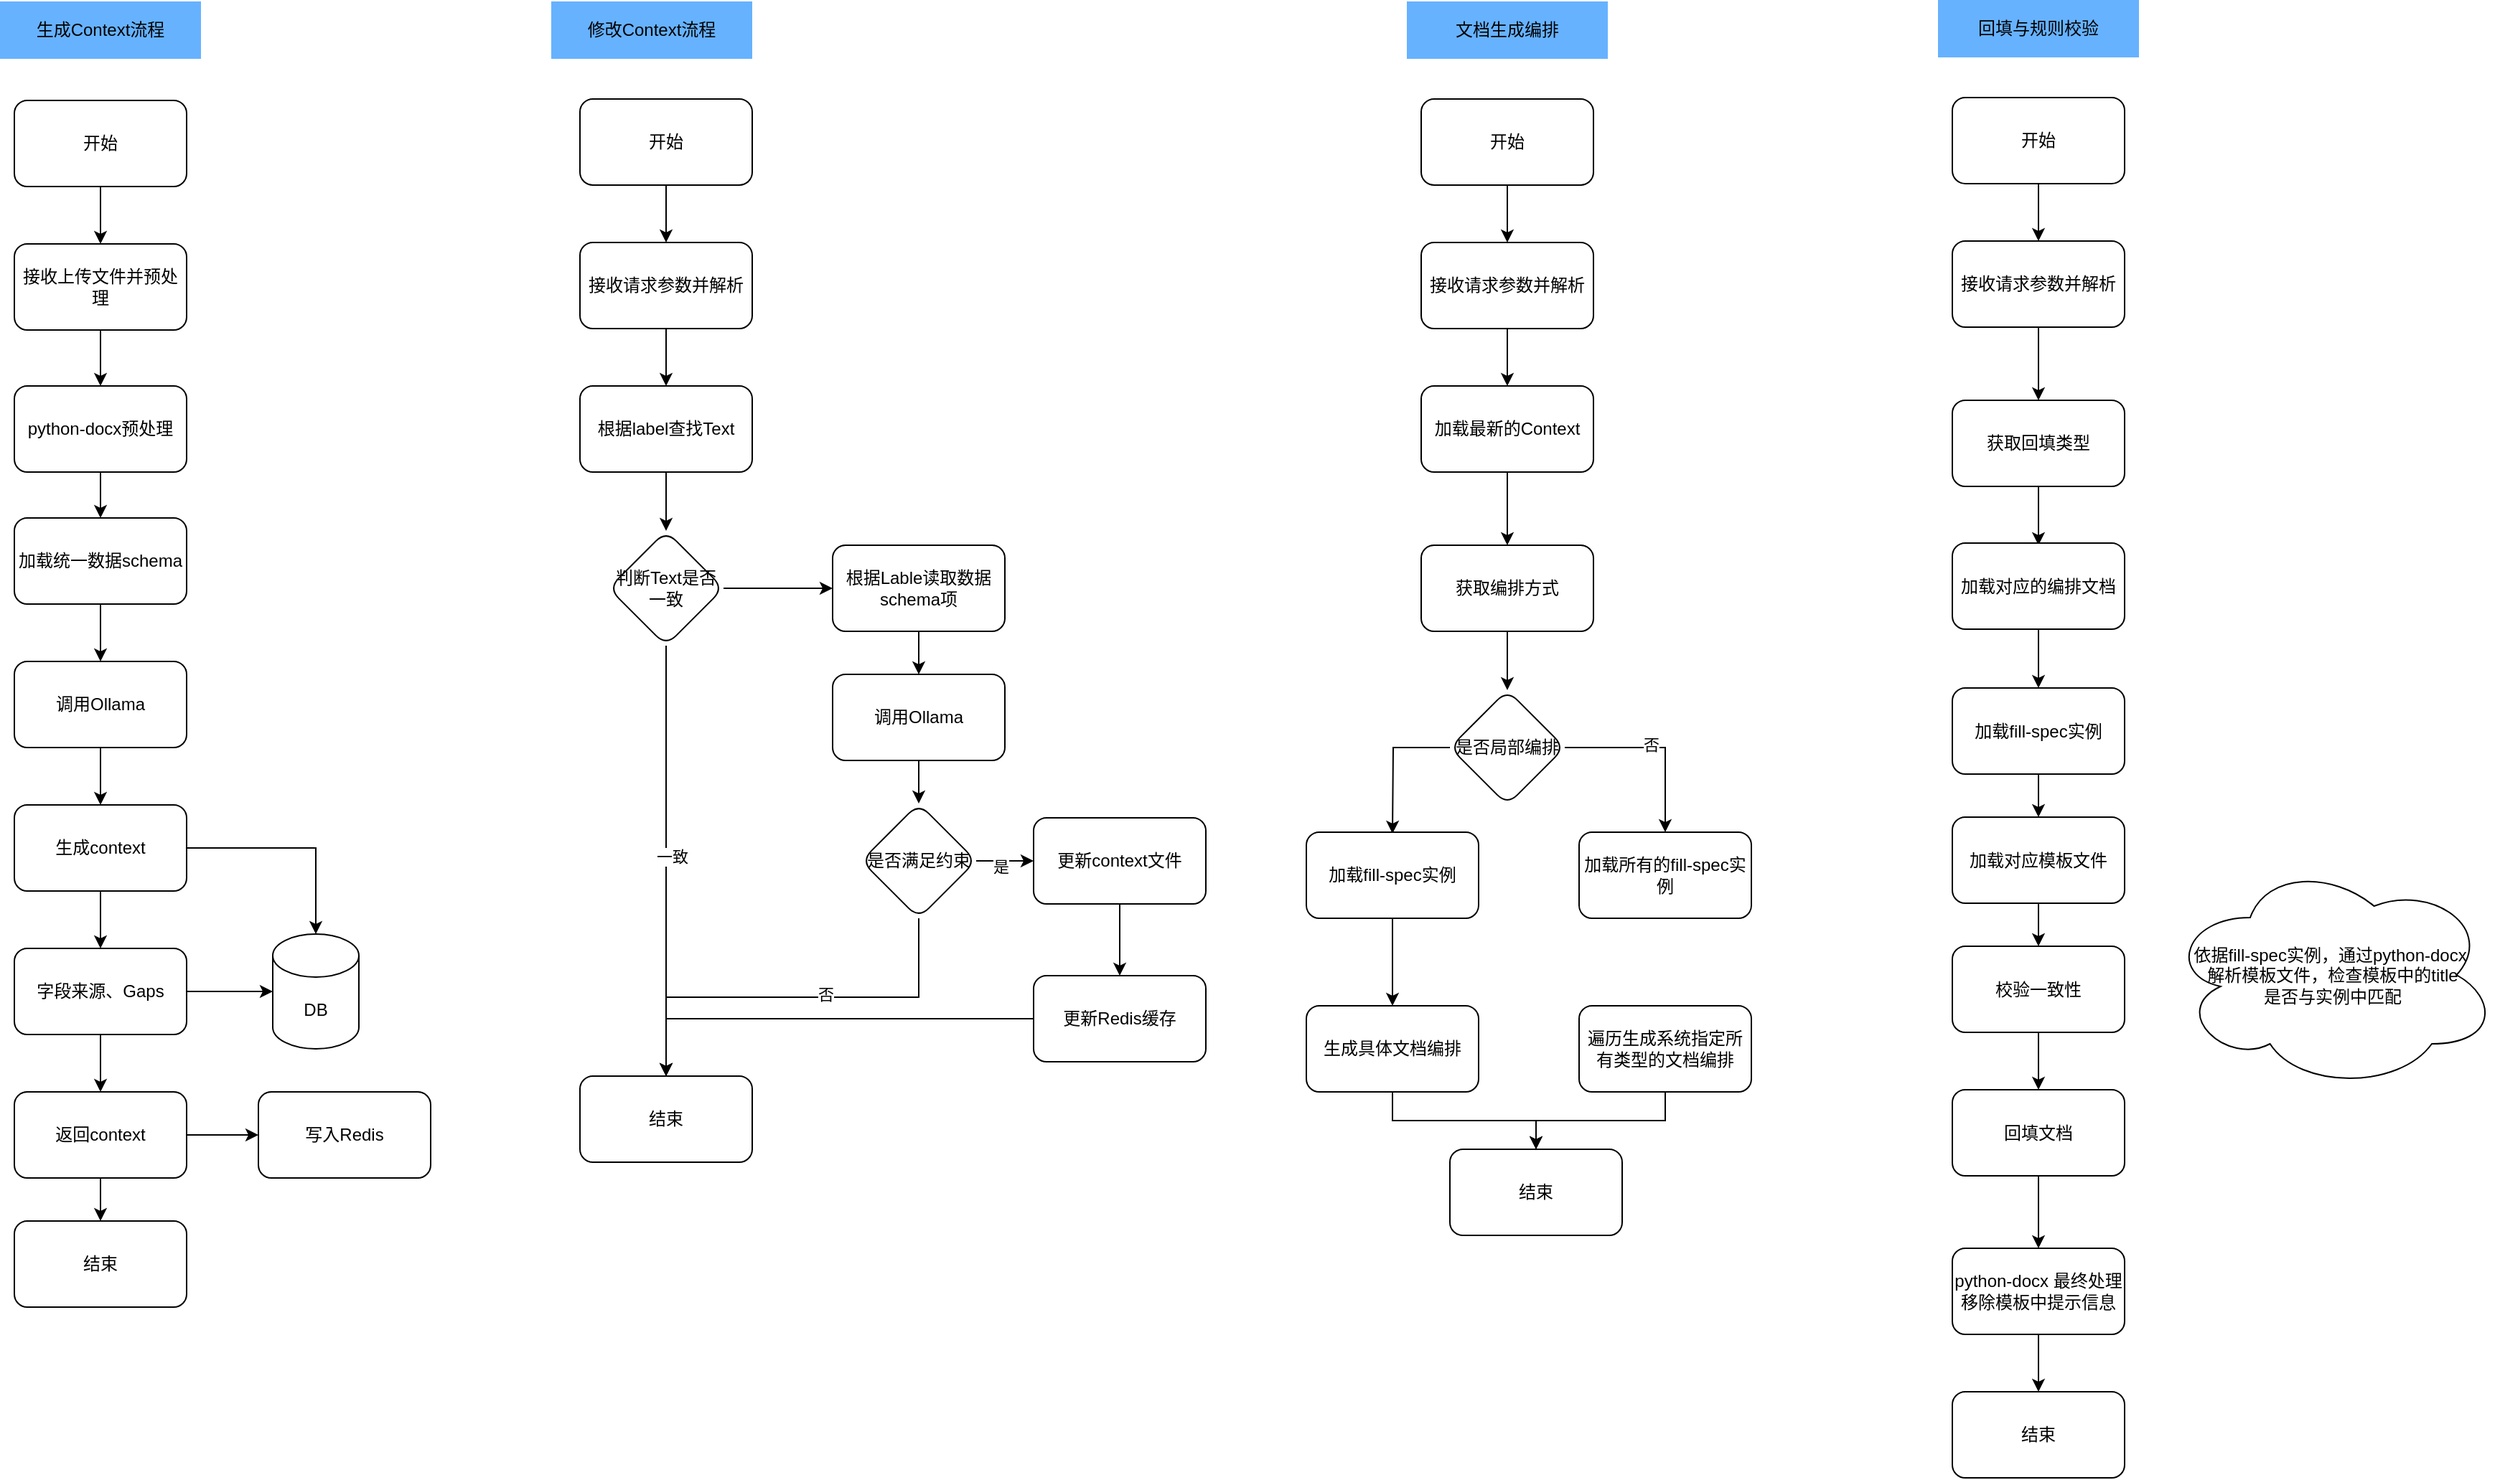
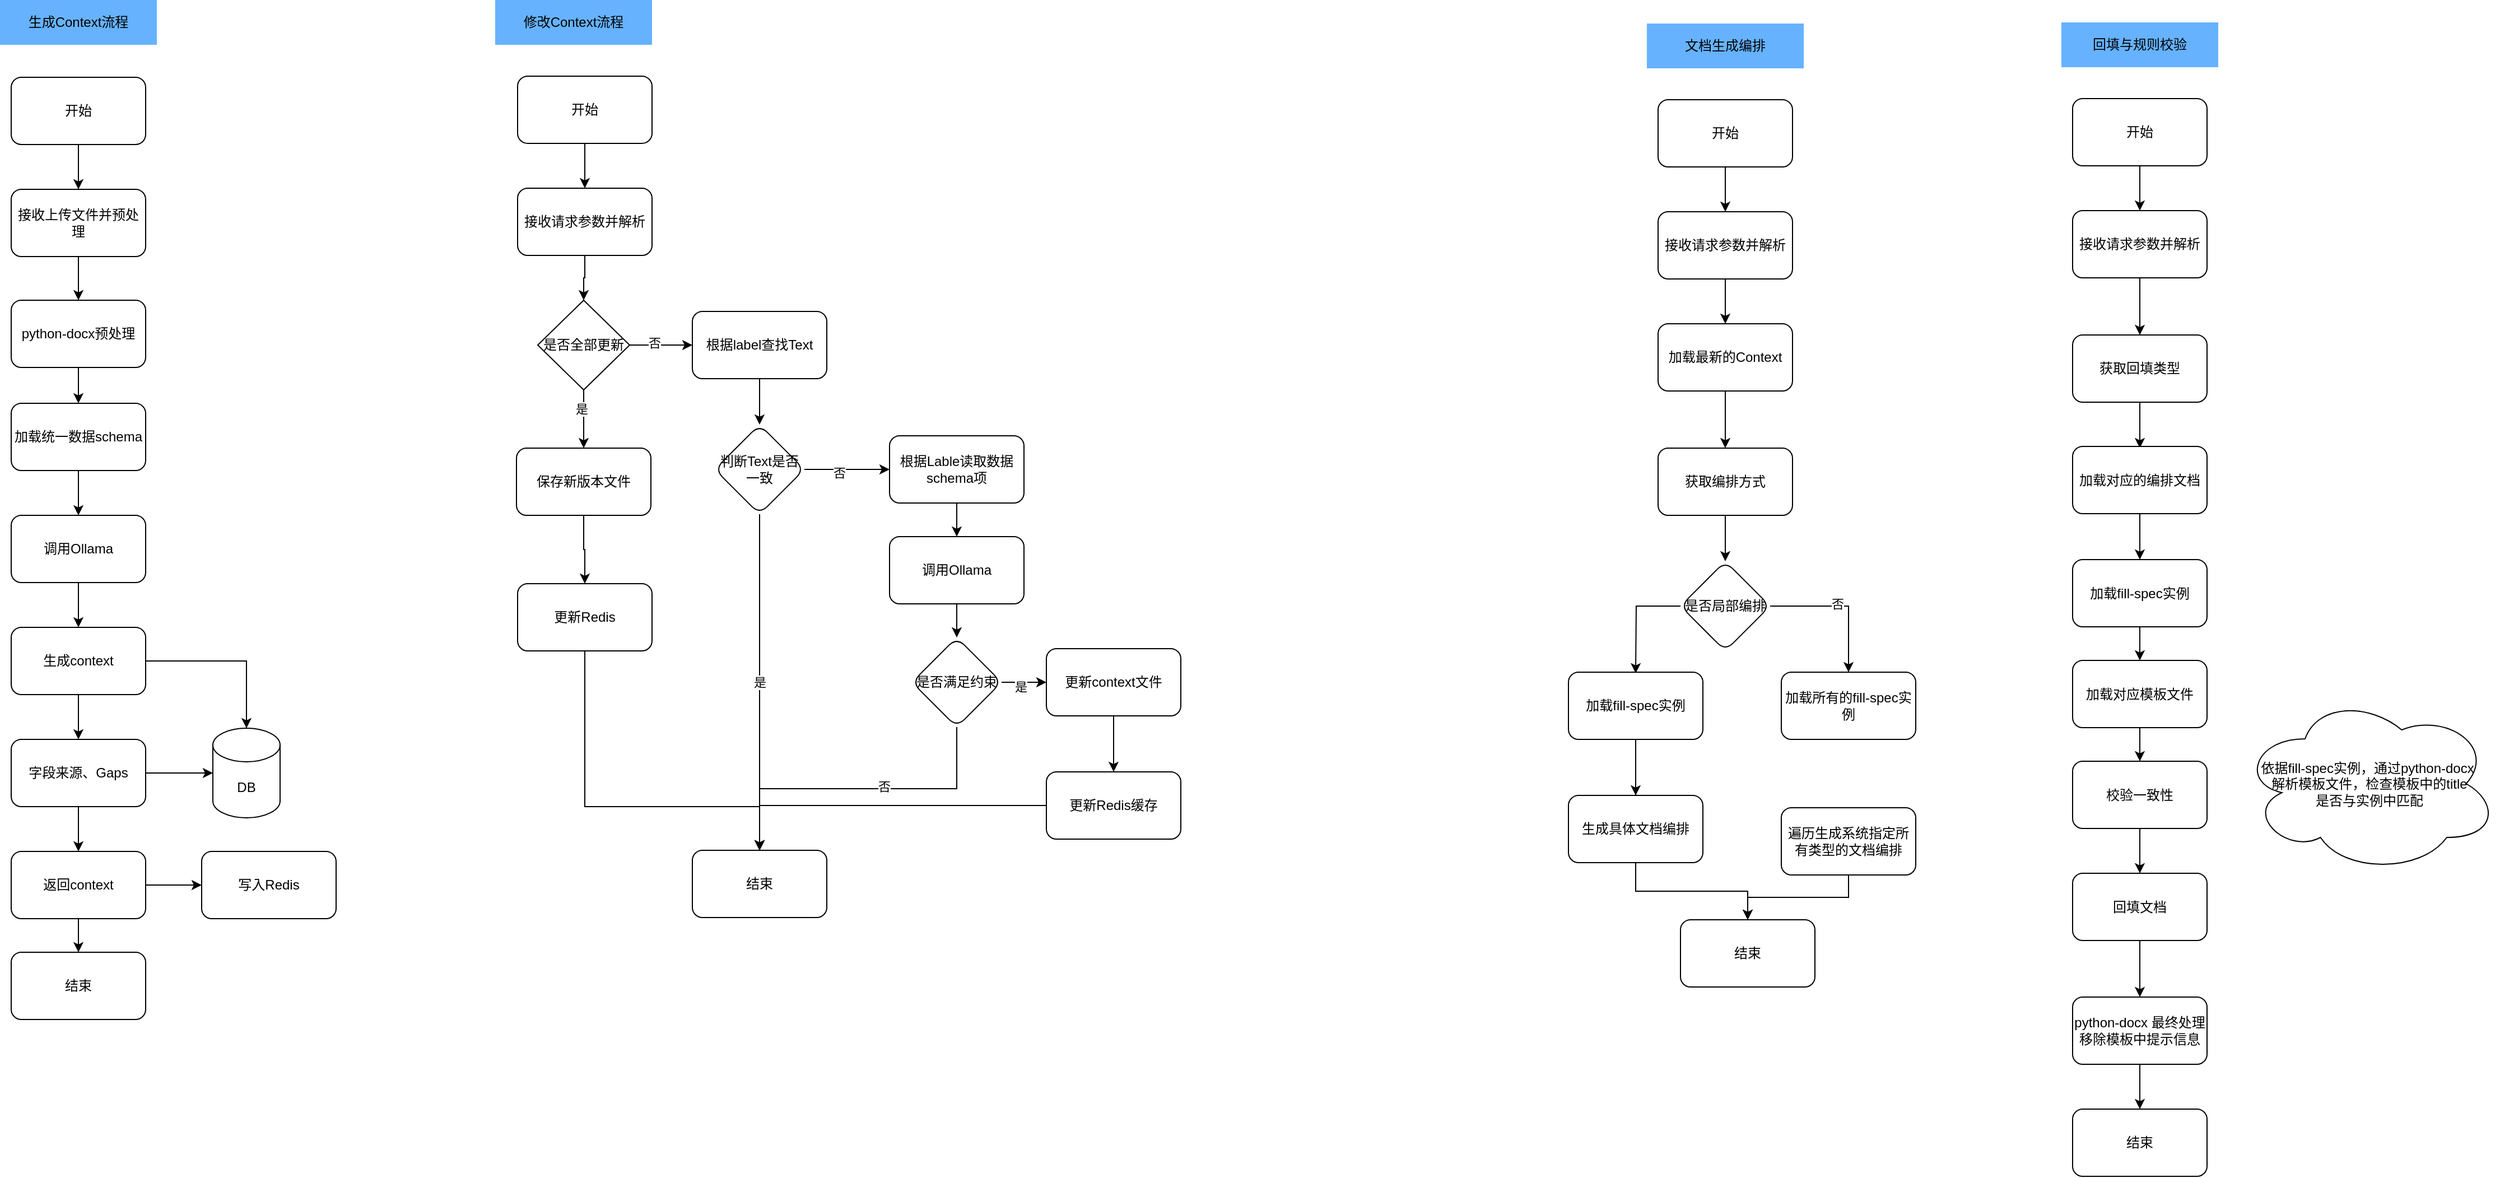
<mxfile host="app.diagrams.net">
  <diagram name="第 1 页" id="B0IMeD1WvDJJcW3_jK1b">
-     <mxGraphModel dx="1732" dy="785" grid="1" gridSize="10" guides="1" tooltips="1" connect="1" arrows="1" fold="1" page="1" pageScale="1" pageWidth="1169" pageHeight="827" math="0" shadow="0">
+     <mxGraphModel dx="2438" dy="928" grid="1" gridSize="10" guides="1" tooltips="1" connect="1" arrows="1" fold="1" page="1" pageScale="1" pageWidth="1169" pageHeight="827" math="0" shadow="0">
      <root>
        <mxCell id="0" />
        <mxCell id="1" parent="0" />
        <mxCell id="0n__lMlzSQ3JzwSusm_Q-4" edge="1" parent="1" source="0n__lMlzSQ3JzwSusm_Q-2" style="edgeStyle=orthogonalEdgeStyle;rounded=0;orthogonalLoop=1;jettySize=auto;html=1;" target="0n__lMlzSQ3JzwSusm_Q-3" value="">
          <mxGeometry relative="1" as="geometry" />
        </mxCell>
        <mxCell id="0n__lMlzSQ3JzwSusm_Q-2" parent="1" style="rounded=1;whiteSpace=wrap;html=1;" value="开始" vertex="1">
          <mxGeometry height="60" width="120" x="70" y="89" as="geometry" />
        </mxCell>
        <mxCell id="zHUa4yUuEVYX1cxpm-PV-49" edge="1" parent="1" source="0n__lMlzSQ3JzwSusm_Q-3" style="edgeStyle=orthogonalEdgeStyle;rounded=0;orthogonalLoop=1;jettySize=auto;html=1;" target="zHUa4yUuEVYX1cxpm-PV-48" value="">
          <mxGeometry relative="1" as="geometry" />
        </mxCell>
        <mxCell id="0n__lMlzSQ3JzwSusm_Q-3" parent="1" style="whiteSpace=wrap;html=1;rounded=1;" value="接收上传文件并预处理" vertex="1">
          <mxGeometry height="60" width="120" x="70" y="189" as="geometry" />
        </mxCell>
        <mxCell id="0n__lMlzSQ3JzwSusm_Q-8" edge="1" parent="1" source="0n__lMlzSQ3JzwSusm_Q-5" style="edgeStyle=orthogonalEdgeStyle;rounded=0;orthogonalLoop=1;jettySize=auto;html=1;" target="0n__lMlzSQ3JzwSusm_Q-7" value="">
          <mxGeometry relative="1" as="geometry" />
        </mxCell>
        <mxCell id="0n__lMlzSQ3JzwSusm_Q-5" parent="1" style="whiteSpace=wrap;html=1;rounded=1;" value="加载统一数据schema" vertex="1">
          <mxGeometry height="60" width="120" x="70" y="380" as="geometry" />
        </mxCell>
        <mxCell id="0n__lMlzSQ3JzwSusm_Q-10" edge="1" parent="1" source="0n__lMlzSQ3JzwSusm_Q-7" style="edgeStyle=orthogonalEdgeStyle;rounded=0;orthogonalLoop=1;jettySize=auto;html=1;" target="0n__lMlzSQ3JzwSusm_Q-9" value="">
          <mxGeometry relative="1" as="geometry" />
        </mxCell>
        <mxCell id="0n__lMlzSQ3JzwSusm_Q-7" parent="1" style="whiteSpace=wrap;html=1;rounded=1;" value="调用Ollama" vertex="1">
          <mxGeometry height="60" width="120" x="70" y="480" as="geometry" />
        </mxCell>
        <mxCell id="0n__lMlzSQ3JzwSusm_Q-12" edge="1" parent="1" source="0n__lMlzSQ3JzwSusm_Q-9" style="edgeStyle=orthogonalEdgeStyle;rounded=0;orthogonalLoop=1;jettySize=auto;html=1;" target="0n__lMlzSQ3JzwSusm_Q-11" value="">
          <mxGeometry relative="1" as="geometry" />
        </mxCell>
        <mxCell id="0n__lMlzSQ3JzwSusm_Q-19" edge="1" parent="1" source="0n__lMlzSQ3JzwSusm_Q-9" style="edgeStyle=orthogonalEdgeStyle;rounded=0;orthogonalLoop=1;jettySize=auto;html=1;" target="0n__lMlzSQ3JzwSusm_Q-13">
          <mxGeometry relative="1" as="geometry" />
        </mxCell>
        <mxCell id="0n__lMlzSQ3JzwSusm_Q-9" parent="1" style="whiteSpace=wrap;html=1;rounded=1;" value="生成context" vertex="1">
          <mxGeometry height="60" width="120" x="70" y="580" as="geometry" />
        </mxCell>
        <mxCell id="0n__lMlzSQ3JzwSusm_Q-14" edge="1" parent="1" source="0n__lMlzSQ3JzwSusm_Q-11" style="edgeStyle=orthogonalEdgeStyle;rounded=0;orthogonalLoop=1;jettySize=auto;html=1;" target="0n__lMlzSQ3JzwSusm_Q-13">
          <mxGeometry relative="1" as="geometry" />
        </mxCell>
        <mxCell id="0n__lMlzSQ3JzwSusm_Q-16" edge="1" parent="1" source="0n__lMlzSQ3JzwSusm_Q-11" style="edgeStyle=orthogonalEdgeStyle;rounded=0;orthogonalLoop=1;jettySize=auto;html=1;" target="0n__lMlzSQ3JzwSusm_Q-15" value="">
          <mxGeometry relative="1" as="geometry" />
        </mxCell>
        <mxCell id="0n__lMlzSQ3JzwSusm_Q-11" parent="1" style="whiteSpace=wrap;html=1;rounded=1;" value="字段来源、Gaps" vertex="1">
          <mxGeometry height="60" width="120" x="70" y="680" as="geometry" />
        </mxCell>
        <mxCell id="0n__lMlzSQ3JzwSusm_Q-13" parent="1" style="shape=cylinder3;whiteSpace=wrap;html=1;boundedLbl=1;backgroundOutline=1;size=15;" value="DB" vertex="1">
          <mxGeometry height="80" width="60" x="250" y="670" as="geometry" />
        </mxCell>
        <mxCell id="0n__lMlzSQ3JzwSusm_Q-18" edge="1" parent="1" source="0n__lMlzSQ3JzwSusm_Q-15" style="edgeStyle=orthogonalEdgeStyle;rounded=0;orthogonalLoop=1;jettySize=auto;html=1;" target="0n__lMlzSQ3JzwSusm_Q-17" value="">
          <mxGeometry relative="1" as="geometry" />
        </mxCell>
        <mxCell id="zHUa4yUuEVYX1cxpm-PV-20" edge="1" parent="1" source="0n__lMlzSQ3JzwSusm_Q-15" style="edgeStyle=orthogonalEdgeStyle;rounded=0;orthogonalLoop=1;jettySize=auto;html=1;" target="zHUa4yUuEVYX1cxpm-PV-19" value="">
          <mxGeometry relative="1" as="geometry" />
        </mxCell>
        <mxCell id="0n__lMlzSQ3JzwSusm_Q-15" parent="1" style="whiteSpace=wrap;html=1;rounded=1;" value="返回context" vertex="1">
          <mxGeometry height="60" width="120" x="70" y="780" as="geometry" />
        </mxCell>
        <mxCell id="0n__lMlzSQ3JzwSusm_Q-17" parent="1" style="whiteSpace=wrap;html=1;rounded=1;" value="结束" vertex="1">
          <mxGeometry height="60" width="120" x="70" y="870" as="geometry" />
        </mxCell>
        <mxCell id="zHUa4yUuEVYX1cxpm-PV-1" edge="1" parent="1" source="zHUa4yUuEVYX1cxpm-PV-2" style="edgeStyle=orthogonalEdgeStyle;rounded=0;orthogonalLoop=1;jettySize=auto;html=1;" target="zHUa4yUuEVYX1cxpm-PV-4" value="">
          <mxGeometry relative="1" as="geometry" />
        </mxCell>
        <mxCell id="zHUa4yUuEVYX1cxpm-PV-2" parent="1" style="rounded=1;whiteSpace=wrap;html=1;" value="开始" vertex="1">
-           <mxGeometry height="60" width="120" x="464" y="88" as="geometry" />
-         </mxCell>
-         <mxCell id="zHUa4yUuEVYX1cxpm-PV-3" edge="1" parent="1" source="zHUa4yUuEVYX1cxpm-PV-4" style="edgeStyle=orthogonalEdgeStyle;rounded=0;orthogonalLoop=1;jettySize=auto;html=1;" target="zHUa4yUuEVYX1cxpm-PV-6" value="">
+           <mxGeometry height="60" width="120" x="522" y="88" as="geometry" />
+         </mxCell>
+         <mxCell id="OEq2acyRyhbuj6wWYLON-2" edge="1" parent="1" source="zHUa4yUuEVYX1cxpm-PV-4" style="edgeStyle=orthogonalEdgeStyle;rounded=0;orthogonalLoop=1;jettySize=auto;html=1;entryX=0.5;entryY=0;entryDx=0;entryDy=0;" target="OEq2acyRyhbuj6wWYLON-1">
          <mxGeometry relative="1" as="geometry" />
        </mxCell>
        <mxCell id="zHUa4yUuEVYX1cxpm-PV-4" parent="1" style="whiteSpace=wrap;html=1;rounded=1;" value="接收请求参数并解析" vertex="1">
-           <mxGeometry height="60" width="120" x="464" y="188" as="geometry" />
+           <mxGeometry height="60" width="120" x="522" y="188" as="geometry" />
        </mxCell>
        <mxCell id="zHUa4yUuEVYX1cxpm-PV-26" edge="1" parent="1" source="zHUa4yUuEVYX1cxpm-PV-6" style="edgeStyle=orthogonalEdgeStyle;rounded=0;orthogonalLoop=1;jettySize=auto;html=1;" target="zHUa4yUuEVYX1cxpm-PV-25" value="">
          <mxGeometry relative="1" as="geometry" />
        </mxCell>
        <mxCell id="zHUa4yUuEVYX1cxpm-PV-6" parent="1" style="whiteSpace=wrap;html=1;rounded=1;" value="根据label查找Text" vertex="1">
-           <mxGeometry height="60" width="120" x="464" y="288" as="geometry" />
+           <mxGeometry height="60" width="120" x="678" y="298" as="geometry" />
        </mxCell>
        <mxCell id="zHUa4yUuEVYX1cxpm-PV-19" parent="1" style="whiteSpace=wrap;html=1;rounded=1;" value="写入Redis" vertex="1">
          <mxGeometry height="60" width="120" x="240" y="780" as="geometry" />
        </mxCell>
-         <mxCell id="zHUa4yUuEVYX1cxpm-PV-28" edge="1" parent="1" source="zHUa4yUuEVYX1cxpm-PV-25" style="edgeStyle=orthogonalEdgeStyle;rounded=0;orthogonalLoop=1;jettySize=auto;html=1;" target="zHUa4yUuEVYX1cxpm-PV-27" value="">
-           <mxGeometry relative="1" as="geometry" />
-         </mxCell>
-         <mxCell id="zHUa4yUuEVYX1cxpm-PV-29" connectable="0" parent="zHUa4yUuEVYX1cxpm-PV-28" style="edgeLabel;html=1;align=center;verticalAlign=middle;resizable=0;points=[];" value="一致" vertex="1">
-           <mxGeometry relative="1" x="-0.0228" y="4" as="geometry">
-             <mxPoint as="offset" />
-           </mxGeometry>
+         <mxCell id="zHUa4yUuEVYX1cxpm-PV-28" edge="1" parent="1" source="zHUa4yUuEVYX1cxpm-PV-25" style="edgeStyle=orthogonalEdgeStyle;rounded=0;orthogonalLoop=1;jettySize=auto;html=1;" target="zHUa4yUuEVYX1cxpm-PV-27" value="是">
+           <mxGeometry relative="1" as="geometry" />
        </mxCell>
        <mxCell id="zHUa4yUuEVYX1cxpm-PV-31" edge="1" parent="1" source="zHUa4yUuEVYX1cxpm-PV-25" style="edgeStyle=orthogonalEdgeStyle;rounded=0;orthogonalLoop=1;jettySize=auto;html=1;" target="zHUa4yUuEVYX1cxpm-PV-30" value="">
          <mxGeometry relative="1" as="geometry" />
        </mxCell>
+         <mxCell id="OEq2acyRyhbuj6wWYLON-16" connectable="0" parent="zHUa4yUuEVYX1cxpm-PV-31" style="edgeLabel;html=1;align=center;verticalAlign=middle;resizable=0;points=[];" value="否" vertex="1">
+           <mxGeometry relative="1" x="-0.193" y="-3" as="geometry">
+             <mxPoint as="offset" />
+           </mxGeometry>
+         </mxCell>
        <mxCell id="zHUa4yUuEVYX1cxpm-PV-25" parent="1" style="rhombus;whiteSpace=wrap;html=1;rounded=1;" value="判断Text是否一致" vertex="1">
-           <mxGeometry height="80" width="80" x="484" y="389" as="geometry" />
+           <mxGeometry height="80" width="80" x="698" y="399" as="geometry" />
        </mxCell>
        <mxCell id="zHUa4yUuEVYX1cxpm-PV-27" parent="1" style="whiteSpace=wrap;html=1;rounded=1;" value="结束" vertex="1">
-           <mxGeometry height="60" width="120" x="464" y="769" as="geometry" />
+           <mxGeometry height="60" width="120" x="678" y="779" as="geometry" />
        </mxCell>
        <mxCell id="zHUa4yUuEVYX1cxpm-PV-33" edge="1" parent="1" source="zHUa4yUuEVYX1cxpm-PV-30" style="edgeStyle=orthogonalEdgeStyle;rounded=0;orthogonalLoop=1;jettySize=auto;html=1;" target="zHUa4yUuEVYX1cxpm-PV-32" value="">
          <mxGeometry relative="1" as="geometry" />
        </mxCell>
        <mxCell id="zHUa4yUuEVYX1cxpm-PV-30" parent="1" style="whiteSpace=wrap;html=1;rounded=1;" value="根据Lable读取数据schema项" vertex="1">
-           <mxGeometry height="60" width="120" x="640" y="399" as="geometry" />
+           <mxGeometry height="60" width="120" x="854" y="409" as="geometry" />
        </mxCell>
        <mxCell id="zHUa4yUuEVYX1cxpm-PV-35" edge="1" parent="1" source="zHUa4yUuEVYX1cxpm-PV-32" style="edgeStyle=orthogonalEdgeStyle;rounded=0;orthogonalLoop=1;jettySize=auto;html=1;" target="zHUa4yUuEVYX1cxpm-PV-34" value="">
          <mxGeometry relative="1" as="geometry" />
        </mxCell>
        <mxCell id="zHUa4yUuEVYX1cxpm-PV-32" parent="1" style="whiteSpace=wrap;html=1;rounded=1;" value="调用Ollama" vertex="1">
-           <mxGeometry height="60" width="120" x="640" y="489" as="geometry" />
+           <mxGeometry height="60" width="120" x="854" y="499" as="geometry" />
        </mxCell>
        <mxCell id="zHUa4yUuEVYX1cxpm-PV-37" edge="1" parent="1" source="zHUa4yUuEVYX1cxpm-PV-34" style="edgeStyle=orthogonalEdgeStyle;rounded=0;orthogonalLoop=1;jettySize=auto;html=1;" target="zHUa4yUuEVYX1cxpm-PV-36" value="">
          <mxGeometry relative="1" as="geometry" />
        </mxCell>
        <mxCell id="zHUa4yUuEVYX1cxpm-PV-38" connectable="0" parent="zHUa4yUuEVYX1cxpm-PV-37" style="edgeLabel;html=1;align=center;verticalAlign=middle;resizable=0;points=[];" value="是" vertex="1">
          <mxGeometry relative="1" x="-0.1789" y="-4" as="geometry">
            <mxPoint as="offset" />
          </mxGeometry>
        </mxCell>
        <mxCell id="zHUa4yUuEVYX1cxpm-PV-43" edge="1" parent="1" source="zHUa4yUuEVYX1cxpm-PV-34" style="edgeStyle=orthogonalEdgeStyle;rounded=0;orthogonalLoop=1;jettySize=auto;html=1;exitX=0.5;exitY=1;exitDx=0;exitDy=0;entryX=0.5;entryY=0;entryDx=0;entryDy=0;" target="zHUa4yUuEVYX1cxpm-PV-27">
          <mxGeometry relative="1" as="geometry" />
        </mxCell>
        <mxCell id="zHUa4yUuEVYX1cxpm-PV-44" connectable="0" parent="zHUa4yUuEVYX1cxpm-PV-43" style="edgeLabel;html=1;align=center;verticalAlign=middle;resizable=0;points=[];" value="否" vertex="1">
          <mxGeometry relative="1" x="-0.1561" y="-2" as="geometry">
            <mxPoint as="offset" />
          </mxGeometry>
        </mxCell>
        <mxCell id="zHUa4yUuEVYX1cxpm-PV-34" parent="1" style="rhombus;whiteSpace=wrap;html=1;rounded=1;" value="是否满足约束" vertex="1">
-           <mxGeometry height="80" width="80" x="660" y="579" as="geometry" />
+           <mxGeometry height="80" width="80" x="874" y="589" as="geometry" />
        </mxCell>
        <mxCell id="zHUa4yUuEVYX1cxpm-PV-40" edge="1" parent="1" source="zHUa4yUuEVYX1cxpm-PV-36" style="edgeStyle=orthogonalEdgeStyle;rounded=0;orthogonalLoop=1;jettySize=auto;html=1;" target="zHUa4yUuEVYX1cxpm-PV-39" value="">
          <mxGeometry relative="1" as="geometry" />
        </mxCell>
        <mxCell id="zHUa4yUuEVYX1cxpm-PV-36" parent="1" style="whiteSpace=wrap;html=1;rounded=1;" value="更新context文件" vertex="1">
-           <mxGeometry height="60" width="120" x="780" y="589" as="geometry" />
+           <mxGeometry height="60" width="120" x="994" y="599" as="geometry" />
        </mxCell>
        <mxCell id="zHUa4yUuEVYX1cxpm-PV-41" edge="1" parent="1" source="zHUa4yUuEVYX1cxpm-PV-39" style="edgeStyle=orthogonalEdgeStyle;rounded=0;orthogonalLoop=1;jettySize=auto;html=1;entryX=0.5;entryY=0;entryDx=0;entryDy=0;" target="zHUa4yUuEVYX1cxpm-PV-27">
          <mxGeometry relative="1" as="geometry" />
        </mxCell>
        <mxCell id="zHUa4yUuEVYX1cxpm-PV-39" parent="1" style="whiteSpace=wrap;html=1;rounded=1;" value="更新Redis缓存" vertex="1">
-           <mxGeometry height="60" width="120" x="780" y="699" as="geometry" />
+           <mxGeometry height="60" width="120" x="994" y="709" as="geometry" />
        </mxCell>
        <mxCell id="zHUa4yUuEVYX1cxpm-PV-50" edge="1" parent="1" source="zHUa4yUuEVYX1cxpm-PV-48" style="edgeStyle=orthogonalEdgeStyle;rounded=0;orthogonalLoop=1;jettySize=auto;html=1;" target="0n__lMlzSQ3JzwSusm_Q-5" value="">
          <mxGeometry relative="1" as="geometry" />
        </mxCell>
        <mxCell id="zHUa4yUuEVYX1cxpm-PV-48" parent="1" style="whiteSpace=wrap;html=1;rounded=1;" value="python-docx预处理" vertex="1">
          <mxGeometry height="60" width="120" x="70" y="288" as="geometry" />
        </mxCell>
        <mxCell id="zHUa4yUuEVYX1cxpm-PV-51" edge="1" parent="1" source="zHUa4yUuEVYX1cxpm-PV-52" style="edgeStyle=orthogonalEdgeStyle;rounded=0;orthogonalLoop=1;jettySize=auto;html=1;" target="zHUa4yUuEVYX1cxpm-PV-54" value="">
          <mxGeometry relative="1" as="geometry" />
        </mxCell>
        <mxCell id="zHUa4yUuEVYX1cxpm-PV-52" parent="1" style="rounded=1;whiteSpace=wrap;html=1;" value="开始" vertex="1">
-           <mxGeometry height="60" width="120" x="1050" y="88" as="geometry" />
+           <mxGeometry height="60" width="120" x="1540" y="109" as="geometry" />
        </mxCell>
        <mxCell id="zHUa4yUuEVYX1cxpm-PV-86" edge="1" parent="1" source="zHUa4yUuEVYX1cxpm-PV-54" style="edgeStyle=orthogonalEdgeStyle;rounded=0;orthogonalLoop=1;jettySize=auto;html=1;entryX=0.5;entryY=0;entryDx=0;entryDy=0;" target="zHUa4yUuEVYX1cxpm-PV-64">
          <mxGeometry relative="1" as="geometry" />
        </mxCell>
        <mxCell id="zHUa4yUuEVYX1cxpm-PV-54" parent="1" style="whiteSpace=wrap;html=1;rounded=1;" value="接收请求参数并解析" vertex="1">
-           <mxGeometry height="60" width="120" x="1050" y="188" as="geometry" />
+           <mxGeometry height="60" width="120" x="1540" y="209" as="geometry" />
        </mxCell>
        <mxCell id="zHUa4yUuEVYX1cxpm-PV-55" edge="1" parent="1" source="zHUa4yUuEVYX1cxpm-PV-56" style="edgeStyle=orthogonalEdgeStyle;rounded=0;orthogonalLoop=1;jettySize=auto;html=1;" target="zHUa4yUuEVYX1cxpm-PV-60" value="">
          <mxGeometry relative="1" as="geometry" />
        </mxCell>
        <mxCell id="zHUa4yUuEVYX1cxpm-PV-56" parent="1" style="whiteSpace=wrap;html=1;rounded=1;" value="获取编排方式" vertex="1">
-           <mxGeometry height="60" width="120" x="1050" y="399" as="geometry" />
+           <mxGeometry height="60" width="120" x="1540" y="420" as="geometry" />
        </mxCell>
        <mxCell id="zHUa4yUuEVYX1cxpm-PV-59" edge="1" parent="1" source="zHUa4yUuEVYX1cxpm-PV-60" style="edgeStyle=orthogonalEdgeStyle;rounded=0;orthogonalLoop=1;jettySize=auto;html=1;" target="zHUa4yUuEVYX1cxpm-PV-62" value="">
          <mxGeometry relative="1" as="geometry" />
        </mxCell>
        <mxCell id="zHUa4yUuEVYX1cxpm-PV-84" connectable="0" parent="zHUa4yUuEVYX1cxpm-PV-59" style="edgeLabel;html=1;align=center;verticalAlign=middle;resizable=0;points=[];" value="否" vertex="1">
          <mxGeometry relative="1" x="-0.0693" y="2" as="geometry">
            <mxPoint as="offset" />
          </mxGeometry>
        </mxCell>
        <mxCell id="zHUa4yUuEVYX1cxpm-PV-88" edge="1" parent="1" source="zHUa4yUuEVYX1cxpm-PV-60" style="edgeStyle=orthogonalEdgeStyle;rounded=0;orthogonalLoop=1;jettySize=auto;html=1;">
          <mxGeometry relative="1" as="geometry">
-             <mxPoint x="1030" y="600" as="targetPoint" />
+             <mxPoint x="1520" y="621" as="targetPoint" />
          </mxGeometry>
        </mxCell>
        <mxCell id="zHUa4yUuEVYX1cxpm-PV-60" parent="1" style="rhombus;whiteSpace=wrap;html=1;rounded=1;" value="是否局部编排" vertex="1">
-           <mxGeometry height="80" width="80" x="1070" y="500" as="geometry" />
+           <mxGeometry height="80" width="80" x="1560" y="521" as="geometry" />
        </mxCell>
        <mxCell id="zHUa4yUuEVYX1cxpm-PV-62" parent="1" style="whiteSpace=wrap;html=1;rounded=1;" value="加载所有的fill-spec实例" vertex="1">
-           <mxGeometry height="60" width="120" x="1160" y="599" as="geometry" />
+           <mxGeometry height="60" width="120" x="1650" y="620" as="geometry" />
        </mxCell>
        <mxCell id="zHUa4yUuEVYX1cxpm-PV-87" edge="1" parent="1" source="zHUa4yUuEVYX1cxpm-PV-64" style="edgeStyle=orthogonalEdgeStyle;rounded=0;orthogonalLoop=1;jettySize=auto;html=1;entryX=0.5;entryY=0;entryDx=0;entryDy=0;" target="zHUa4yUuEVYX1cxpm-PV-56">
          <mxGeometry relative="1" as="geometry" />
        </mxCell>
        <mxCell id="zHUa4yUuEVYX1cxpm-PV-64" parent="1" style="whiteSpace=wrap;html=1;rounded=1;" value="加载最新的Context" vertex="1">
-           <mxGeometry height="60" width="120" x="1050" y="288" as="geometry" />
+           <mxGeometry height="60" width="120" x="1540" y="309" as="geometry" />
        </mxCell>
        <mxCell id="zHUa4yUuEVYX1cxpm-PV-92" edge="1" parent="1" source="zHUa4yUuEVYX1cxpm-PV-73" style="edgeStyle=orthogonalEdgeStyle;rounded=0;orthogonalLoop=1;jettySize=auto;html=1;entryX=0.5;entryY=0;entryDx=0;entryDy=0;" target="zHUa4yUuEVYX1cxpm-PV-90">
          <mxGeometry relative="1" as="geometry" />
        </mxCell>
        <mxCell id="zHUa4yUuEVYX1cxpm-PV-73" parent="1" style="whiteSpace=wrap;html=1;rounded=1;" value="遍历生成系统指定所有类型的文档编排" vertex="1">
-           <mxGeometry height="60" width="120" x="1160" y="720" as="geometry" />
+           <mxGeometry height="60" width="120" x="1650" y="741" as="geometry" />
        </mxCell>
        <mxCell id="zHUa4yUuEVYX1cxpm-PV-75" parent="1" style="text;html=1;whiteSpace=wrap;strokeColor=none;fillColor=#66B2FF;align=center;verticalAlign=middle;rounded=0;" value="生成Context流程" vertex="1">
          <mxGeometry height="40" width="140" x="60" y="20" as="geometry" />
        </mxCell>
        <mxCell id="zHUa4yUuEVYX1cxpm-PV-76" parent="1" style="text;html=1;whiteSpace=wrap;strokeColor=none;fillColor=#66B2FF;align=center;verticalAlign=middle;rounded=0;" value="修改Context流程" vertex="1">
-           <mxGeometry height="40" width="140" x="444" y="20" as="geometry" />
+           <mxGeometry height="40" width="140" x="502" y="20" as="geometry" />
        </mxCell>
        <mxCell id="zHUa4yUuEVYX1cxpm-PV-77" parent="1" style="text;html=1;whiteSpace=wrap;strokeColor=none;fillColor=#66B2FF;align=center;verticalAlign=middle;rounded=0;" value="文档生成编排" vertex="1">
-           <mxGeometry height="40" width="140" x="1040" y="20" as="geometry" />
-         </mxCell>
-         <mxCell id="zHUa4yUuEVYX1cxpm-PV-82" edge="1" parent="1" source="zHUa4yUuEVYX1cxpm-PV-79" style="edgeStyle=orthogonalEdgeStyle;rounded=0;orthogonalLoop=1;jettySize=auto;html=1;" target="zHUa4yUuEVYX1cxpm-PV-81" value="">
+           <mxGeometry height="40" width="140" x="1530" y="41" as="geometry" />
+         </mxCell>
+         <mxCell id="zHUa4yUuEVYX1cxpm-PV-82" edge="1" parent="1" style="edgeStyle=orthogonalEdgeStyle;rounded=0;orthogonalLoop=1;jettySize=auto;html=1;" value="">
+           <mxGeometry relative="1" as="geometry">
+             <mxPoint x="1520.0000000000005" y="680" as="sourcePoint" />
+             <mxPoint x="1520.0000000000005" y="741" as="targetPoint" />
+           </mxGeometry>
+         </mxCell>
+         <mxCell id="OEq2acyRyhbuj6wWYLON-5" edge="1" parent="1" source="zHUa4yUuEVYX1cxpm-PV-79" style="edgeStyle=orthogonalEdgeStyle;rounded=0;orthogonalLoop=1;jettySize=auto;html=1;" target="zHUa4yUuEVYX1cxpm-PV-81" value="">
          <mxGeometry relative="1" as="geometry" />
        </mxCell>
        <mxCell id="zHUa4yUuEVYX1cxpm-PV-79" parent="1" style="whiteSpace=wrap;html=1;rounded=1;" value="加载fill-spec实例" vertex="1">
-           <mxGeometry height="60" width="120" x="970" y="599" as="geometry" />
-         </mxCell>
-         <mxCell id="zHUa4yUuEVYX1cxpm-PV-91" edge="1" parent="1" source="zHUa4yUuEVYX1cxpm-PV-81" style="edgeStyle=orthogonalEdgeStyle;rounded=0;orthogonalLoop=1;jettySize=auto;html=1;" target="zHUa4yUuEVYX1cxpm-PV-90">
+           <mxGeometry height="60" width="120" x="1460" y="620" as="geometry" />
+         </mxCell>
+         <mxCell id="OEq2acyRyhbuj6wWYLON-6" edge="1" parent="1" source="zHUa4yUuEVYX1cxpm-PV-81" style="edgeStyle=orthogonalEdgeStyle;rounded=0;orthogonalLoop=1;jettySize=auto;html=1;" target="zHUa4yUuEVYX1cxpm-PV-90" value="">
          <mxGeometry relative="1" as="geometry" />
        </mxCell>
        <mxCell id="zHUa4yUuEVYX1cxpm-PV-81" parent="1" style="whiteSpace=wrap;html=1;rounded=1;" value="生成具体文档编排" vertex="1">
-           <mxGeometry height="60" width="120" x="970" y="720" as="geometry" />
+           <mxGeometry height="60" width="120" x="1460" y="730" as="geometry" />
        </mxCell>
        <mxCell id="zHUa4yUuEVYX1cxpm-PV-90" parent="1" style="whiteSpace=wrap;html=1;rounded=1;" value="结束" vertex="1">
-           <mxGeometry height="60" width="120" x="1070" y="820" as="geometry" />
+           <mxGeometry height="60" width="120" x="1560" y="841" as="geometry" />
        </mxCell>
        <mxCell id="zHUa4yUuEVYX1cxpm-PV-93" edge="1" parent="1" source="zHUa4yUuEVYX1cxpm-PV-94" style="edgeStyle=orthogonalEdgeStyle;rounded=0;orthogonalLoop=1;jettySize=auto;html=1;" target="zHUa4yUuEVYX1cxpm-PV-96" value="">
          <mxGeometry relative="1" as="geometry" />
        </mxCell>
        <mxCell id="zHUa4yUuEVYX1cxpm-PV-94" parent="1" style="rounded=1;whiteSpace=wrap;html=1;" value="开始" vertex="1">
-           <mxGeometry height="60" width="120" x="1420" y="87" as="geometry" />
+           <mxGeometry height="60" width="120" x="1910" y="108" as="geometry" />
        </mxCell>
        <mxCell id="zHUa4yUuEVYX1cxpm-PV-95" edge="1" parent="1" source="zHUa4yUuEVYX1cxpm-PV-96" style="edgeStyle=orthogonalEdgeStyle;rounded=0;orthogonalLoop=1;jettySize=auto;html=1;entryX=0.5;entryY=0;entryDx=0;entryDy=0;" target="zHUa4yUuEVYX1cxpm-PV-98">
          <mxGeometry relative="1" as="geometry">
-             <mxPoint x="1480" y="287" as="targetPoint" />
+             <mxPoint x="1970" y="308" as="targetPoint" />
          </mxGeometry>
        </mxCell>
        <mxCell id="zHUa4yUuEVYX1cxpm-PV-96" parent="1" style="whiteSpace=wrap;html=1;rounded=1;" value="接收请求参数并解析" vertex="1">
-           <mxGeometry height="60" width="120" x="1420" y="187" as="geometry" />
+           <mxGeometry height="60" width="120" x="1910" y="208" as="geometry" />
        </mxCell>
        <mxCell id="zHUa4yUuEVYX1cxpm-PV-97" edge="1" parent="1" source="zHUa4yUuEVYX1cxpm-PV-98" style="edgeStyle=orthogonalEdgeStyle;rounded=0;orthogonalLoop=1;jettySize=auto;html=1;" value="">
          <mxGeometry relative="1" as="geometry">
-             <mxPoint x="1480" y="399" as="targetPoint" />
+             <mxPoint x="1970" y="420" as="targetPoint" />
          </mxGeometry>
        </mxCell>
        <mxCell id="zHUa4yUuEVYX1cxpm-PV-98" parent="1" style="whiteSpace=wrap;html=1;rounded=1;" value="获取回填类型" vertex="1">
-           <mxGeometry height="60" width="120" x="1420" y="298" as="geometry" />
+           <mxGeometry height="60" width="120" x="1910" y="319" as="geometry" />
        </mxCell>
        <mxCell id="zHUa4yUuEVYX1cxpm-PV-108" parent="1" style="text;html=1;whiteSpace=wrap;strokeColor=none;fillColor=#66B2FF;align=center;verticalAlign=middle;rounded=0;" value="回填与规则校验" vertex="1">
-           <mxGeometry height="40" width="140" x="1410" y="19" as="geometry" />
+           <mxGeometry height="40" width="140" x="1900" y="40" as="geometry" />
        </mxCell>
        <mxCell id="zHUa4yUuEVYX1cxpm-PV-125" edge="1" parent="1" source="zHUa4yUuEVYX1cxpm-PV-110" style="edgeStyle=orthogonalEdgeStyle;rounded=0;orthogonalLoop=1;jettySize=auto;html=1;entryX=0.5;entryY=0;entryDx=0;entryDy=0;" target="zHUa4yUuEVYX1cxpm-PV-124">
          <mxGeometry relative="1" as="geometry" />
        </mxCell>
        <mxCell id="zHUa4yUuEVYX1cxpm-PV-110" parent="1" style="whiteSpace=wrap;html=1;rounded=1;" value="加载对应的编排文档" vertex="1">
-           <mxGeometry height="60" width="120" x="1420" y="397.5" as="geometry" />
+           <mxGeometry height="60" width="120" x="1910" y="418.5" as="geometry" />
        </mxCell>
        <mxCell id="zHUa4yUuEVYX1cxpm-PV-121" edge="1" parent="1" source="zHUa4yUuEVYX1cxpm-PV-112" style="edgeStyle=orthogonalEdgeStyle;rounded=0;orthogonalLoop=1;jettySize=auto;html=1;" target="zHUa4yUuEVYX1cxpm-PV-120" value="">
          <mxGeometry relative="1" as="geometry" />
        </mxCell>
        <mxCell id="zHUa4yUuEVYX1cxpm-PV-112" parent="1" style="whiteSpace=wrap;html=1;rounded=1;" value="回填文档" vertex="1">
-           <mxGeometry height="60" width="120" x="1420" y="778.5" as="geometry" />
+           <mxGeometry height="60" width="120" x="1910" y="799.5" as="geometry" />
        </mxCell>
        <mxCell id="zHUa4yUuEVYX1cxpm-PV-113" parent="1" style="whiteSpace=wrap;html=1;rounded=1;" value="结束" vertex="1">
-           <mxGeometry height="60" width="120" x="1420" y="989" as="geometry" />
+           <mxGeometry height="60" width="120" x="1910" y="1010" as="geometry" />
        </mxCell>
        <mxCell id="zHUa4yUuEVYX1cxpm-PV-128" edge="1" parent="1" source="zHUa4yUuEVYX1cxpm-PV-115" style="edgeStyle=orthogonalEdgeStyle;rounded=0;orthogonalLoop=1;jettySize=auto;html=1;" target="zHUa4yUuEVYX1cxpm-PV-127" value="">
          <mxGeometry relative="1" as="geometry" />
        </mxCell>
        <mxCell id="zHUa4yUuEVYX1cxpm-PV-115" parent="1" style="whiteSpace=wrap;html=1;rounded=1;" value="加载对应模板文件" vertex="1">
-           <mxGeometry height="60" width="120" x="1420" y="588.5" as="geometry" />
+           <mxGeometry height="60" width="120" x="1910" y="609.5" as="geometry" />
        </mxCell>
        <mxCell id="zHUa4yUuEVYX1cxpm-PV-123" edge="1" parent="1" source="zHUa4yUuEVYX1cxpm-PV-120" style="edgeStyle=orthogonalEdgeStyle;rounded=0;orthogonalLoop=1;jettySize=auto;html=1;exitX=0.5;exitY=1;exitDx=0;exitDy=0;entryX=0.5;entryY=0;entryDx=0;entryDy=0;" target="zHUa4yUuEVYX1cxpm-PV-113">
          <mxGeometry relative="1" as="geometry" />
        </mxCell>
        <mxCell id="zHUa4yUuEVYX1cxpm-PV-120" parent="1" style="whiteSpace=wrap;html=1;rounded=1;" value="python-docx 最终处理&lt;br&gt;移除模板中提示信息" vertex="1">
-           <mxGeometry height="60" width="120" x="1420" y="889" as="geometry" />
+           <mxGeometry height="60" width="120" x="1910" y="910" as="geometry" />
        </mxCell>
        <mxCell id="zHUa4yUuEVYX1cxpm-PV-126" edge="1" parent="1" source="zHUa4yUuEVYX1cxpm-PV-124" style="edgeStyle=orthogonalEdgeStyle;rounded=0;orthogonalLoop=1;jettySize=auto;html=1;entryX=0.5;entryY=0;entryDx=0;entryDy=0;" target="zHUa4yUuEVYX1cxpm-PV-115">
          <mxGeometry relative="1" as="geometry" />
        </mxCell>
        <mxCell id="zHUa4yUuEVYX1cxpm-PV-124" parent="1" style="whiteSpace=wrap;html=1;rounded=1;" value="加载fill-spec实例" vertex="1">
-           <mxGeometry height="60" width="120" x="1420" y="498.5" as="geometry" />
+           <mxGeometry height="60" width="120" x="1910" y="519.5" as="geometry" />
        </mxCell>
        <mxCell id="zHUa4yUuEVYX1cxpm-PV-129" edge="1" parent="1" source="zHUa4yUuEVYX1cxpm-PV-127" style="edgeStyle=orthogonalEdgeStyle;rounded=0;orthogonalLoop=1;jettySize=auto;html=1;exitX=0.5;exitY=1;exitDx=0;exitDy=0;entryX=0.5;entryY=0;entryDx=0;entryDy=0;" target="zHUa4yUuEVYX1cxpm-PV-112">
          <mxGeometry relative="1" as="geometry" />
        </mxCell>
        <mxCell id="zHUa4yUuEVYX1cxpm-PV-127" parent="1" style="whiteSpace=wrap;html=1;rounded=1;" value="校验一致性" vertex="1">
-           <mxGeometry height="60" width="120" x="1420" y="678.5" as="geometry" />
+           <mxGeometry height="60" width="120" x="1910" y="699.5" as="geometry" />
        </mxCell>
        <mxCell id="zHUa4yUuEVYX1cxpm-PV-130" parent="1" style="ellipse;shape=cloud;whiteSpace=wrap;html=1;" value="依据fill-spec实例，通过python-docx&amp;nbsp;&lt;div&gt;解析模板文件，检查模板中的title&lt;/div&gt;&lt;div&gt;是否与实例中匹配&lt;/div&gt;" vertex="1">
-           <mxGeometry height="160" width="230" x="1570" y="618.5" as="geometry" />
+           <mxGeometry height="160" width="230" x="2060" y="639.5" as="geometry" />
+         </mxCell>
+         <mxCell id="OEq2acyRyhbuj6wWYLON-3" edge="1" parent="1" source="OEq2acyRyhbuj6wWYLON-1" style="edgeStyle=orthogonalEdgeStyle;rounded=0;orthogonalLoop=1;jettySize=auto;html=1;entryX=0;entryY=0.5;entryDx=0;entryDy=0;" target="zHUa4yUuEVYX1cxpm-PV-6">
+           <mxGeometry relative="1" as="geometry" />
+         </mxCell>
+         <mxCell id="OEq2acyRyhbuj6wWYLON-4" connectable="0" parent="OEq2acyRyhbuj6wWYLON-3" style="edgeLabel;html=1;align=center;verticalAlign=middle;resizable=0;points=[];" value="否" vertex="1">
+           <mxGeometry relative="1" x="-0.2083" y="2" as="geometry">
+             <mxPoint as="offset" />
+           </mxGeometry>
+         </mxCell>
+         <mxCell id="OEq2acyRyhbuj6wWYLON-10" edge="1" parent="1" source="OEq2acyRyhbuj6wWYLON-1" style="edgeStyle=orthogonalEdgeStyle;rounded=0;orthogonalLoop=1;jettySize=auto;html=1;entryX=0.5;entryY=0;entryDx=0;entryDy=0;" target="OEq2acyRyhbuj6wWYLON-9">
+           <mxGeometry relative="1" as="geometry">
+             <Array as="points">
+               <mxPoint x="581" y="400" />
+               <mxPoint x="581" y="400" />
+             </Array>
+           </mxGeometry>
+         </mxCell>
+         <mxCell id="OEq2acyRyhbuj6wWYLON-11" connectable="0" parent="OEq2acyRyhbuj6wWYLON-10" style="edgeLabel;html=1;align=center;verticalAlign=middle;resizable=0;points=[];" value="是" vertex="1">
+           <mxGeometry relative="1" x="-0.3413" y="-2" as="geometry">
+             <mxPoint as="offset" />
+           </mxGeometry>
+         </mxCell>
+         <mxCell id="OEq2acyRyhbuj6wWYLON-1" parent="1" style="rhombus;whiteSpace=wrap;html=1;" value="是否全部更新" vertex="1">
+           <mxGeometry height="80" width="82" x="540" y="288" as="geometry" />
+         </mxCell>
+         <mxCell id="OEq2acyRyhbuj6wWYLON-13" edge="1" parent="1" source="OEq2acyRyhbuj6wWYLON-9" style="edgeStyle=orthogonalEdgeStyle;rounded=0;orthogonalLoop=1;jettySize=auto;html=1;" target="OEq2acyRyhbuj6wWYLON-12" value="">
+           <mxGeometry relative="1" as="geometry" />
+         </mxCell>
+         <mxCell id="OEq2acyRyhbuj6wWYLON-9" parent="1" style="whiteSpace=wrap;html=1;rounded=1;" value="保存新版本文件" vertex="1">
+           <mxGeometry height="60" width="120" x="521" y="420" as="geometry" />
+         </mxCell>
+         <mxCell id="OEq2acyRyhbuj6wWYLON-15" edge="1" parent="1" source="OEq2acyRyhbuj6wWYLON-12" style="edgeStyle=orthogonalEdgeStyle;rounded=0;orthogonalLoop=1;jettySize=auto;html=1;entryX=0.5;entryY=0;entryDx=0;entryDy=0;exitX=0.5;exitY=1;exitDx=0;exitDy=0;" target="zHUa4yUuEVYX1cxpm-PV-27" value="">
+           <mxGeometry relative="1" as="geometry">
+             <Array as="points">
+               <mxPoint x="582" y="740" />
+               <mxPoint x="738" y="740" />
+             </Array>
+             <mxPoint x="442" y="519.5" as="targetPoint" />
+           </mxGeometry>
+         </mxCell>
+         <mxCell id="OEq2acyRyhbuj6wWYLON-12" parent="1" style="whiteSpace=wrap;html=1;rounded=1;" value="更新Redis" vertex="1">
+           <mxGeometry height="60" width="120" x="522" y="541" as="geometry" />
        </mxCell>
      </root>
    </mxGraphModel>
  </diagram>
</mxfile>
